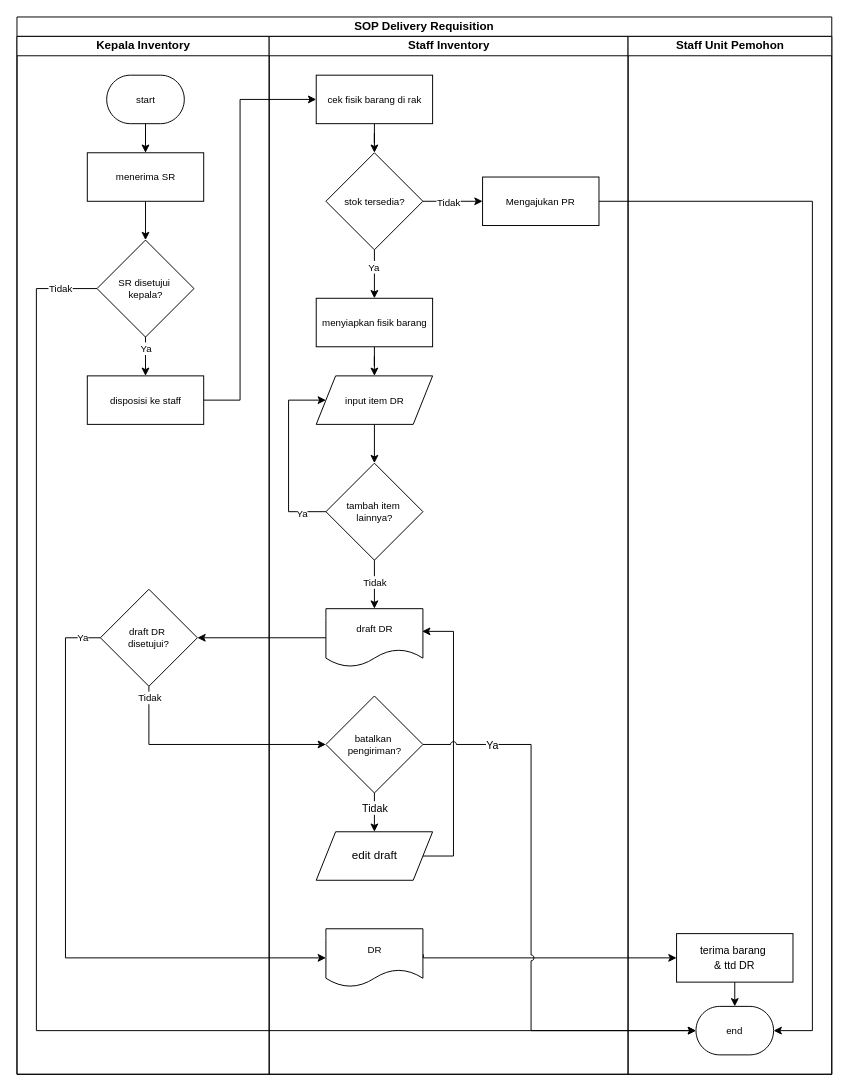
Above: page "SOP DR" (2 of 7) of UAS_ADSI.drawio in elikawicaksana/BuildIT_BasisData (draw.io), before the change. Source tidied: cells renumbered, new cells numbered last; positions are measured from the earlier drawing's top-left corner, leaving out a move shared by most shapes. Both pictures are drawn from the tidied source at 97%, with x=0, y=0 at pixel (16, 16).
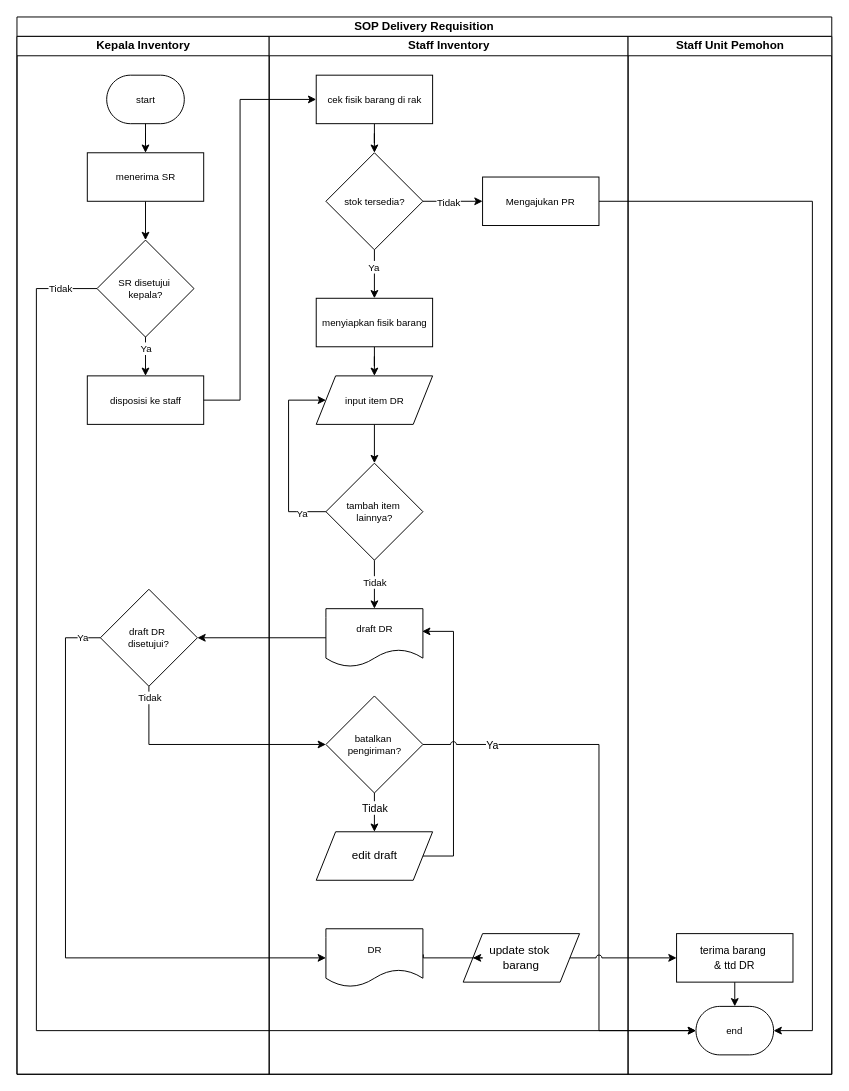
The same page after the edit.

Unchanged cells that the change refers to:
```xml
<mxCell id="2" value="SOP Delivery Requisition" style="swimlane;html=1;startSize=20;whiteSpace=wrap;" parent="1" vertex="1">
  <mxGeometry width="840" height="1090" as="geometry" />
</mxCell>
<mxCell id="13" value="Staff Inventory" style="swimlane;html=1;startSize=20;" parent="2" vertex="1">
  <mxGeometry x="260" y="20" width="370" height="1070" as="geometry" />
</mxCell>
<mxCell id="27" value="batalkan&amp;nbsp;&lt;div&gt;pengiriman?&lt;/div&gt;" style="rhombus;whiteSpace=wrap;html=1;fontSize=10;" parent="13" vertex="1">
  <mxGeometry x="58.5" y="680" width="100" height="100" as="geometry" />
</mxCell>
<mxCell id="30" value="&lt;font style=&quot;font-size: 10px;&quot;&gt;DR&lt;/font&gt;" style="shape=document;whiteSpace=wrap;html=1;boundedLbl=1;" parent="13" vertex="1">
  <mxGeometry x="58.5" y="920" width="100" height="60" as="geometry" />
</mxCell>
<mxCell id="40" value="end" style="strokeWidth=1;html=1;shape=mxgraph.flowchart.terminator;whiteSpace=wrap;fontSize=10;align=center;horizontal=1;spacing=0;" parent="39" vertex="1">
  <mxGeometry x="70" y="1000" width="80" height="50" as="geometry" />
</mxCell>
<mxCell id="42" value="&lt;div style=&quot;font-size: 12px;&quot;&gt;&lt;span style=&quot;font-size: 11px; white-space: nowrap; background-color: rgb(255, 255, 255);&quot;&gt;terima barang&amp;nbsp;&lt;/span&gt;&lt;/div&gt;&lt;div style=&quot;font-size: 12px;&quot;&gt;&lt;span style=&quot;font-size: 11px; white-space: nowrap; background-color: rgb(255, 255, 255);&quot;&gt;&amp;amp; ttd DR&lt;/span&gt;&lt;/div&gt;" style="rounded=0;whiteSpace=wrap;html=1;absoluteArcSize=1;arcSize=7;strokeWidth=1;fontSize=10;" parent="39" vertex="1">
  <mxGeometry x="50" y="925" width="120" height="50" as="geometry" />
</mxCell>
```

Change to the diagram source:
```diff
@@
+    <mxCell id="55" value="&lt;div style=&quot;&quot;&gt;update stok&amp;nbsp;&lt;/div&gt;&lt;div style=&quot;&quot;&gt;barang&lt;/div&gt;" style="shape=parallelogram;perimeter=parallelogramPerimeter;whiteSpace=wrap;html=1;fixedSize=1;" parent="13" vertex="1">
+      <mxGeometry x="200" y="925" width="120" height="50" as="geometry" />
+    </mxCell>
+    <mxCell id="48" style="edgeStyle=orthogonalEdgeStyle;rounded=0;jettySize=auto;html=1;entryX=0;entryY=0.5;entryDx=0;entryDy=0;exitX=1.004;exitY=0.441;exitDx=0;exitDy=0;exitPerimeter=0;" parent="13" edge="1" source="30" target="55">
+      <mxGeometry relative="1" as="geometry">
+        <Array as="points">
+          <mxPoint x="159" y="950" />
+          <mxPoint x="220" y="950" />
+        </Array>
+      </mxGeometry>
+    </mxCell>
@@
-    <mxCell id="48" style="edgeStyle=orthogonalEdgeStyle;rounded=0;jettySize=auto;html=1;entryX=0;entryY=0.5;entryDx=0;entryDy=0;exitX=1.004;exitY=0.441;exitDx=0;exitDy=0;exitPerimeter=0;" parent="2" edge="1" source="30" target="42">
-      <mxGeometry relative="1" as="geometry">
-        <Array as="points">
-          <mxPoint x="419" y="970" />
-          <mxPoint x="680" y="970" />
-        </Array>
-      </mxGeometry>
-    </mxCell>
     <mxCell id="49" style="edgeStyle=orthogonalEdgeStyle;rounded=0;jettySize=auto;html=1;entryX=0;entryY=0.5;entryDx=0;entryDy=0;entryPerimeter=0;jumpStyle=arc;" parent="2" edge="1" source="27" target="40">
       <mxGeometry relative="1" as="geometry">
         <Array as="points">
-          <mxPoint x="530" y="750" />
-          <mxPoint x="530" y="1045" />
+          <mxPoint x="600" y="750" />
+          <mxPoint x="600" y="1045" />
         </Array>
       </mxGeometry>
     </mxCell>
@@
+    <mxCell id="56" style="edgeStyle=orthogonalEdgeStyle;rounded=0;jettySize=auto;html=1;entryX=0;entryY=0.5;entryDx=0;entryDy=0;jumpStyle=arc;" parent="2" edge="1" source="55" target="42">
+      <mxGeometry relative="1" as="geometry" />
+    </mxCell>
```
